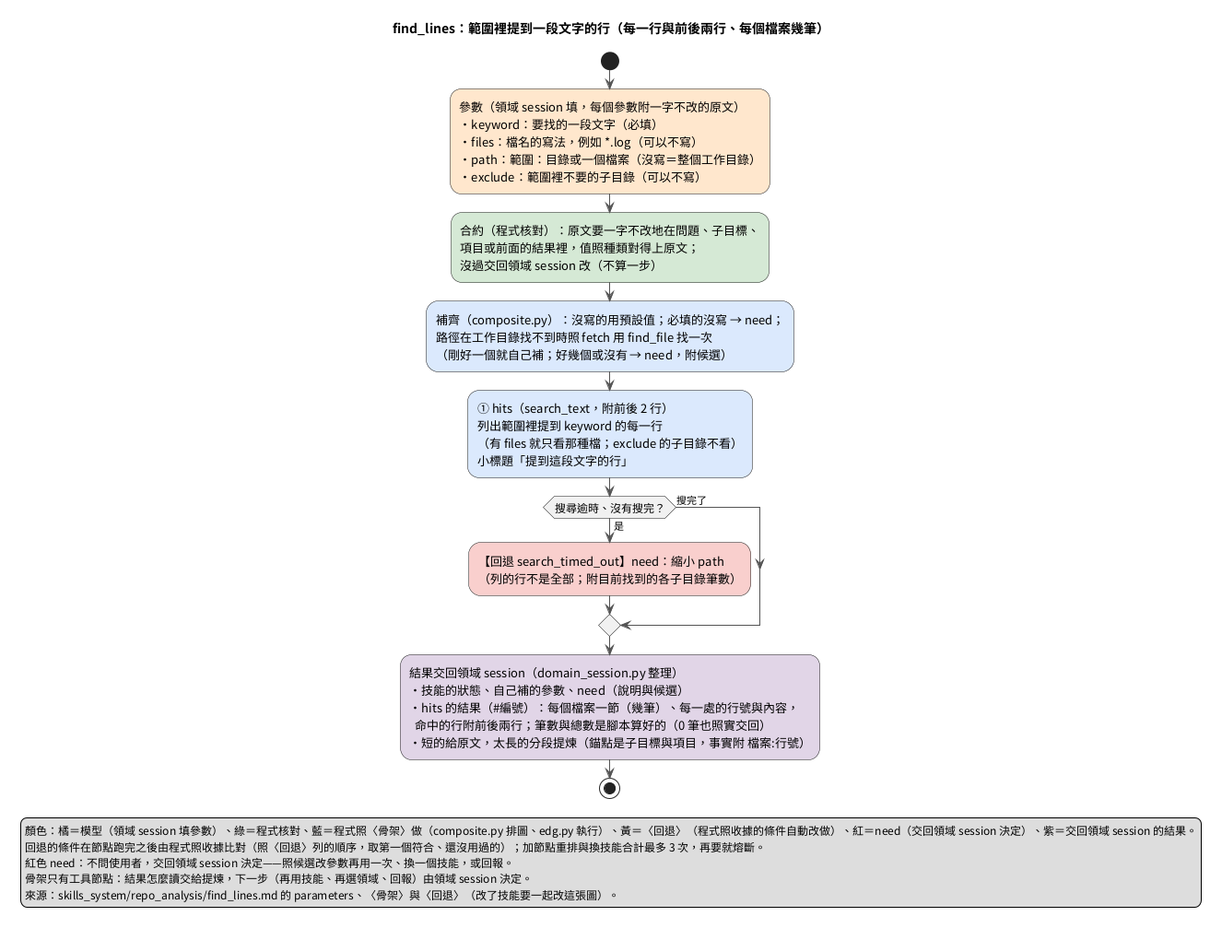
Before: doc/images/複合技能_find_lines.png, a diagram exported from PlantUML (DavidZox/Coding_agnet).
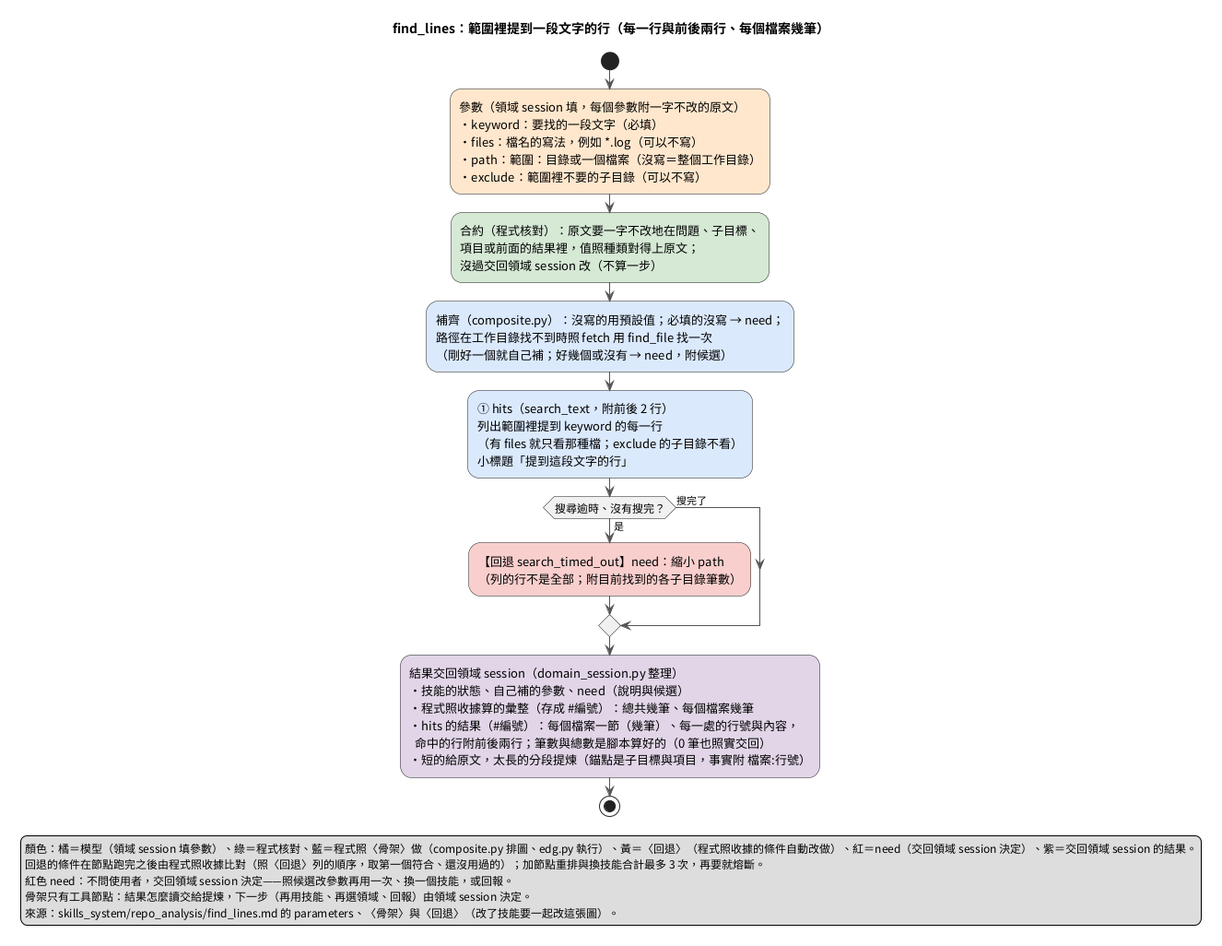
The same file after the commit.

What changed in the source:
```diff
@@ -31,6 +31,7 @@
 endif
 :結果交回領域 session（domain_session.py 整理）
 ・技能的狀態、自己補的參數、need（說明與候選）
+・程式照收據算的彙整（存成 #編號）：總共幾筆、每個檔案幾筆
 ・hits 的結果（#編號）：每個檔案一節（幾筆）、每一處的行號與內容，
   命中的行附前後兩行；筆數與總數是腳本算好的（0 筆也照實交回）
 ・短的給原文，太長的分段提煉（錨點是子目標與項目，事實附 檔案:行號）; <<#E1D5E7>>
```
